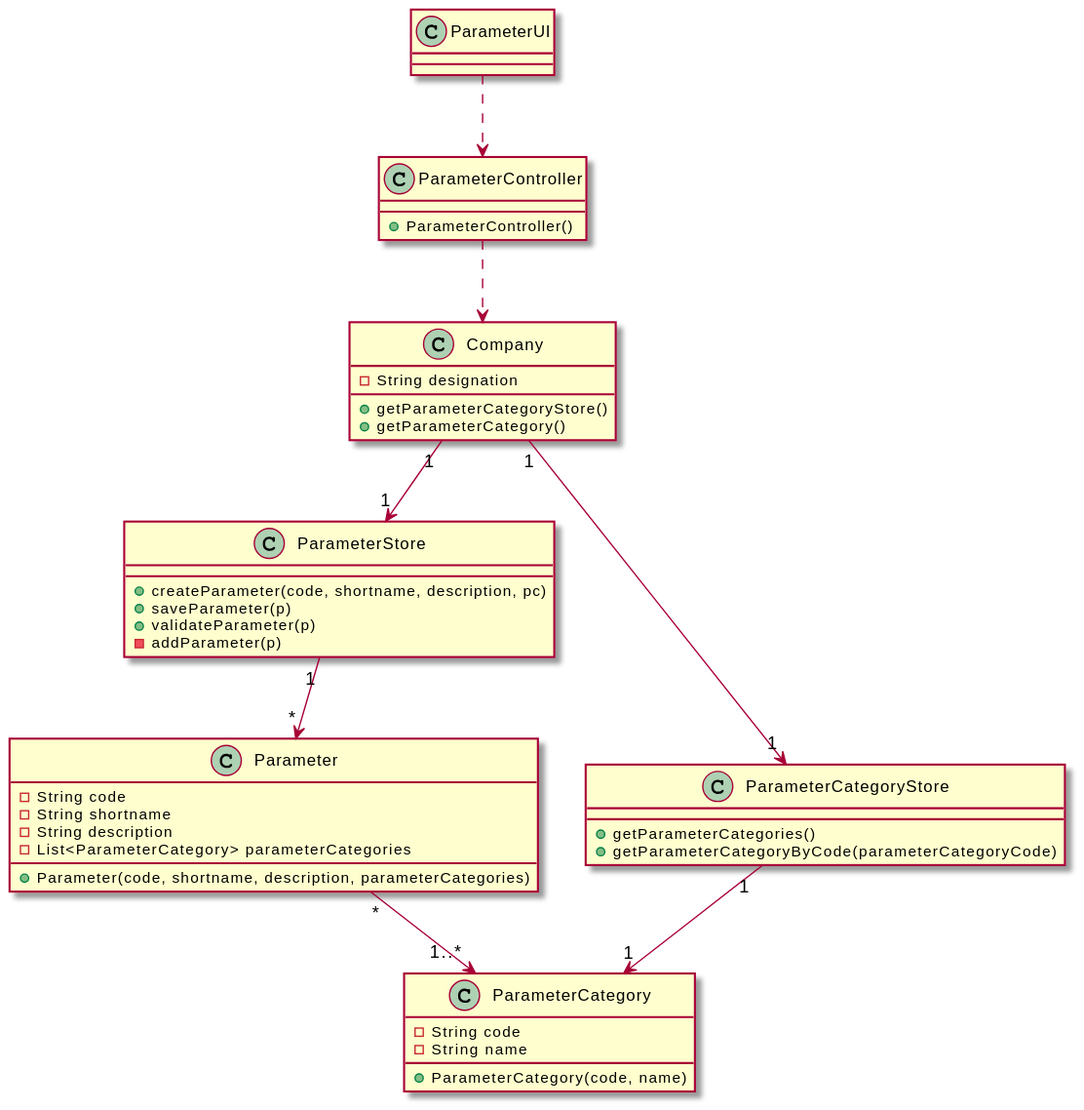
RuiRioPina/LAPR2-20-21 keeps this PlantUML diagram as docs/SprintB/US_10/US10_CD.svg. Above is the earlier version.
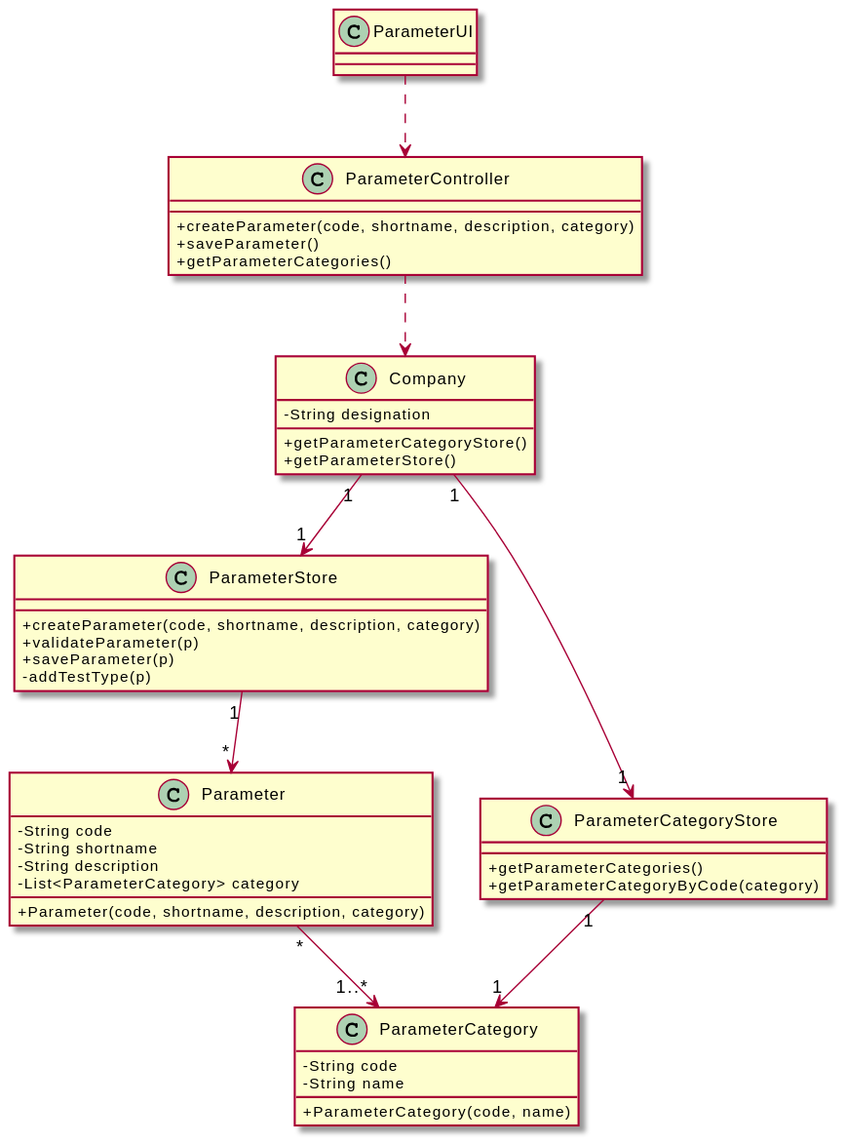
After the change.

Diff of the diagram source:
```diff
@@ -1,42 +1,53 @@
 @startuml
-Class "Company"{
--String designation
-+getParameterCategoryStore()
-+getParameterCategory()
-}
-Class "Parameter"{
--String code
--String shortname
--String description
--List<ParameterCategory> parameterCategories
-+Parameter(code, shortname, description, parameterCategories)
-}
-Class "ParameterStore"{
-+createParameter(code, shortname, description, pc)
-+saveParameter(p)
-+validateParameter(p)
--addParameter(p)
+skinparam classAttributeIconSize 0
+
+class Company
+{
+  -String designation
+  +getParameterCategoryStore()
+  +getParameterStore()
 }
 
-Class "ParameterController"{
-+ParameterController()
+class ParameterStore {
+  +createParameter(code, shortname, description, category)
+  +validateParameter(p)
+  +saveParameter(p)
+  -addTestType(p)
 }
+
+class ParameterCategoryStore {
+  +getParameterCategories()
+  +getParameterCategoryByCode(category)
+}
+
+class Parameter {
+  -String code
+  -String shortname
+  -String description
+  -List<ParameterCategory> category
+  +Parameter(code, shortname, description, category)
+}
+
 class ParameterCategory {
   -String code
   -String name
   +ParameterCategory(code, name)
 }
 
-class ParameterCategoryStore {
+class ParameterUI {
+}
+
+class ParameterController {
+  +createParameter(code, shortname, description, category)
+  +saveParameter()
   +getParameterCategories()
-  +getParameterCategoryByCode(parameterCategoryCode)
 }
 
 ParameterUI ..> ParameterController
 ParameterController ..> Company
-Company"1"-->"1" ParameterStore
-ParameterStore "1" --> "*"Parameter
-Company "1"-->"1" ParameterCategoryStore
-ParameterCategoryStore "1" --> "1"ParameterCategory
-Parameter"*" --> "1..*"ParameterCategory
+Company "1" --> "1" ParameterStore
+Company "1" --> "1" ParameterCategoryStore
+ParameterStore "1" --> "*" Parameter
+ParameterCategoryStore "1" --> "1" ParameterCategory
+Parameter "*" --> "1..*" ParameterCategory
 @enduml
```
